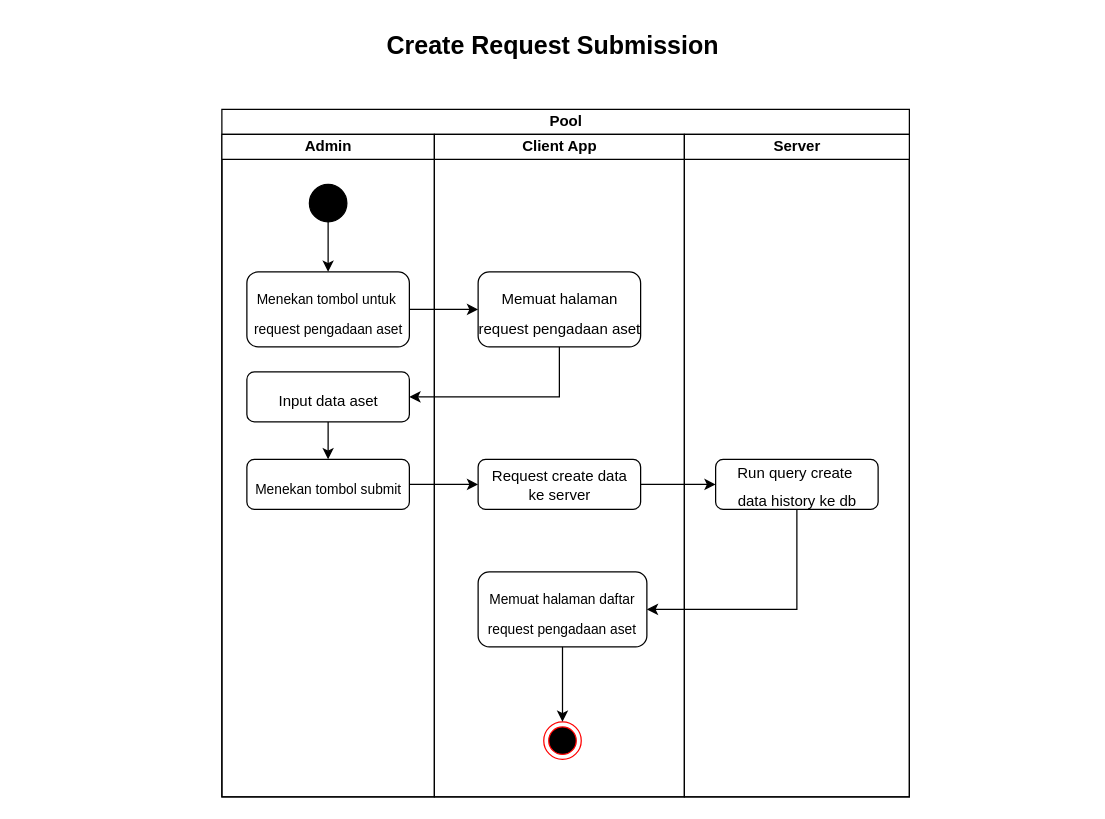
Above: page "C-SUB" (7 of 10) of Untitled Diagram.drawio in alifandartaa/BPMN-MCC72 (draw.io), before the change. Source tidied: cells renumbered, new cells numbered last; positions are measured from the earlier drawing's top-left corner, leaving out a move shared by most shapes. Both pictures are drawn from the tidied source at 125%, with x=0, y=0 at pixel (21, 21).
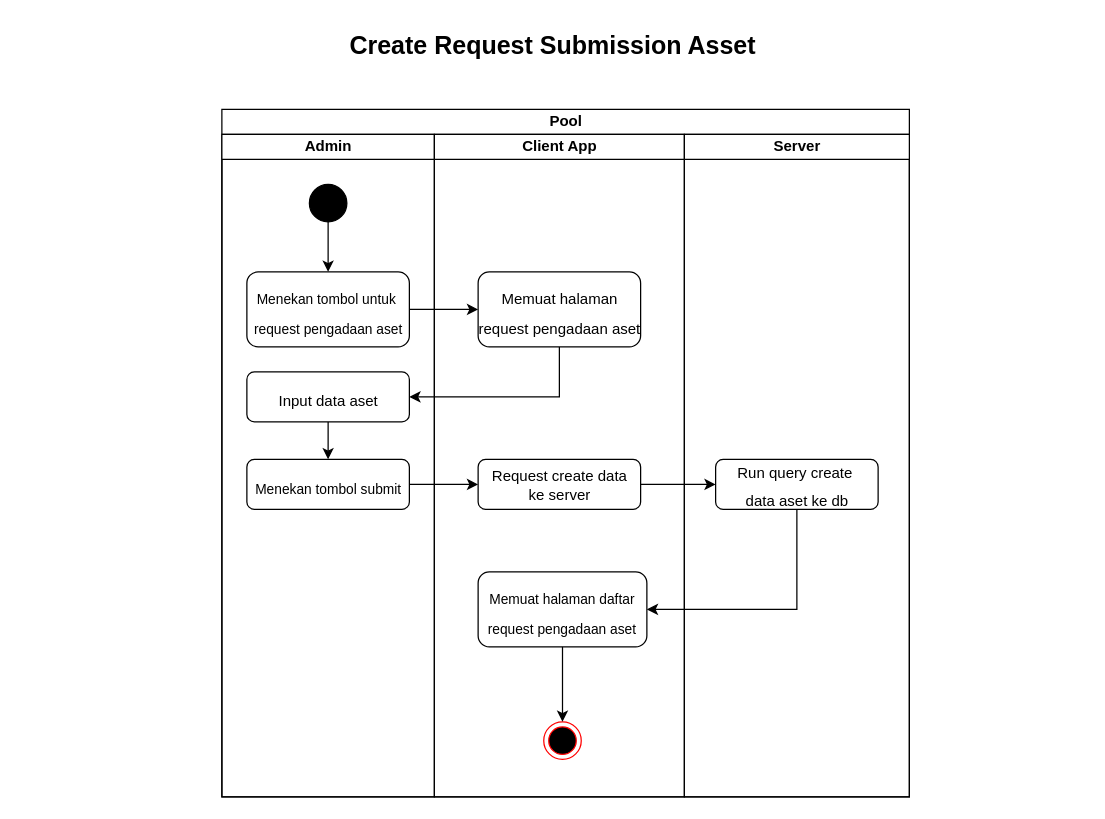
After the change.

Unchanged cells that the change refers to:
```xml
<mxCell id="16" value="Server" style="swimlane;startSize=20;html=1;" parent="2" vertex="1">
  <mxGeometry x="370" y="20" width="180" height="530" as="geometry" />
</mxCell>
```

What changed in the source:
```diff
@@
-    <mxCell id="17" value="&lt;p style=&quot;line-height: 0%;&quot;&gt;&lt;font style=&quot;font-size: 12px;&quot;&gt;Run query create&amp;nbsp;&lt;/font&gt;&lt;/p&gt;&lt;p style=&quot;line-height: 0%;&quot;&gt;&lt;font style=&quot;font-size: 12px;&quot;&gt;data history&amp;nbsp;&lt;/font&gt;&lt;span style=&quot;font-size: 12px; background-color: initial;&quot;&gt;ke db&lt;/span&gt;&lt;/p&gt;" style="html=1;dashed=0;whitespace=wrap;strokeColor=default;strokeWidth=1;fontSize=20;fillColor=#FFFFFF;rounded=1;" parent="16" vertex="1">
+    <mxCell id="17" value="&lt;p style=&quot;line-height: 0%;&quot;&gt;&lt;font style=&quot;font-size: 12px;&quot;&gt;Run query create&amp;nbsp;&lt;/font&gt;&lt;/p&gt;&lt;p style=&quot;line-height: 0%;&quot;&gt;&lt;font style=&quot;font-size: 12px;&quot;&gt;data aset&amp;nbsp;&lt;/font&gt;&lt;span style=&quot;font-size: 12px; background-color: initial;&quot;&gt;ke db&lt;/span&gt;&lt;/p&gt;" style="html=1;dashed=0;whitespace=wrap;strokeColor=default;strokeWidth=1;fontSize=20;fillColor=#FFFFFF;rounded=1;" parent="16" vertex="1">
       <mxGeometry x="25" y="260" width="130" height="40" as="geometry" />
     </mxCell>
@@
-    <mxCell id="23" value="Create Request Submission" style="text;strokeColor=none;fillColor=none;spacingLeft=4;spacingRight=4;overflow=hidden;fontSize=20;fontStyle=1;align=center;" parent="1" vertex="1">
+    <mxCell id="23" value="Create Request Submission Asset" style="text;strokeColor=none;fillColor=none;spacingLeft=4;spacingRight=4;overflow=hidden;fontSize=20;fontStyle=1;align=center;" parent="1" vertex="1">
       <mxGeometry width="850" height="50" as="geometry" />
     </mxCell>
```
